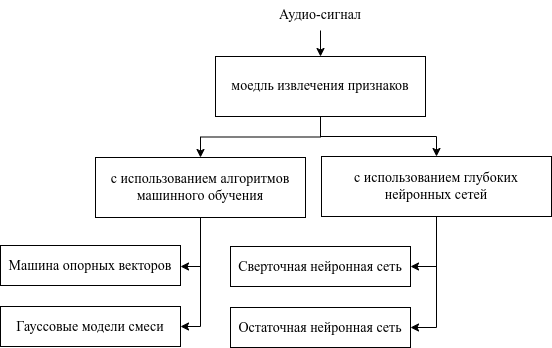
Before: research/tex/images/method-classification.png, a diagram exported from draw.io (ak-karimzai/diploma). Source tidied: cells renumbered, new cells last; positions are measured from the earlier drawing's top-left corner, leaving out a move shared by most shapes.
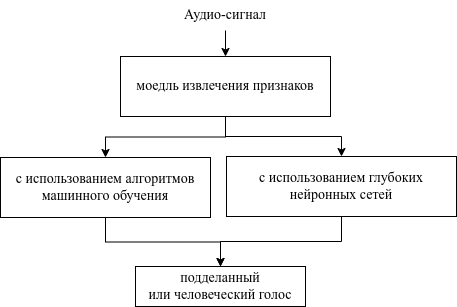
Later version of the same file.

The edit, as a diff of the source:
```diff
@@ -8,40 +8,18 @@
     <mxCell id="3" value="&lt;font face=&quot;Times New Roman&quot; style=&quot;font-size: 14px;&quot;&gt;Аудио-сигнал&lt;/font&gt;" style="text;html=1;strokeColor=none;fillColor=none;align=center;verticalAlign=middle;whiteSpace=wrap;rounded=0;" parent="1" vertex="1">
       <mxGeometry x="270" width="100" height="30" as="geometry" />
     </mxCell>
-    <mxCell id="4" style="edgeStyle=orthogonalEdgeStyle;rounded=0;jettySize=auto;html=1;exitX=0.5;exitY=1;exitDx=0;exitDy=0;entryX=1;entryY=0.5;entryDx=0;entryDy=0;" parent="1" edge="1" source="6" target="12">
-      <mxGeometry relative="1" as="geometry" />
-    </mxCell>
-    <mxCell id="5" style="edgeStyle=orthogonalEdgeStyle;rounded=0;jettySize=auto;html=1;exitX=0.5;exitY=1;exitDx=0;exitDy=0;entryX=1;entryY=0.5;entryDx=0;entryDy=0;" parent="1" edge="1" source="6" target="13">
-      <mxGeometry relative="1" as="geometry" />
-    </mxCell>
+    <mxCell id="17" style="edgeStyle=orthogonalEdgeStyle;rounded=0;jettySize=auto;html=1;entryX=0.5;entryY=0;entryDx=0;entryDy=0;" parent="1" edge="1" source="6" target="19">
+      <mxGeometry relative="1" as="geometry" />
+    </mxCell>
     <mxCell id="6" value="&lt;font face=&quot;Times New Roman&quot; style=&quot;font-size: 14px;&quot;&gt;с использованием глубоких нейронных сетей&lt;/font&gt;" style="whiteSpace=wrap;html=1;" parent="1" vertex="1">
       <mxGeometry x="321" y="156" width="230" height="60" as="geometry" />
     </mxCell>
-    <mxCell id="7" style="edgeStyle=orthogonalEdgeStyle;rounded=0;jettySize=auto;html=1;" parent="1" edge="1" source="9" target="10">
-      <mxGeometry relative="1" as="geometry">
-        <Array as="points">
-          <mxPoint x="200" y="266" />
-        </Array>
-      </mxGeometry>
-    </mxCell>
-    <mxCell id="8" style="edgeStyle=orthogonalEdgeStyle;rounded=0;jettySize=auto;html=1;exitX=0.5;exitY=1;exitDx=0;exitDy=0;entryX=1;entryY=0.5;entryDx=0;entryDy=0;" parent="1" edge="1" source="9" target="11">
-      <mxGeometry relative="1" as="geometry" />
-    </mxCell>
+    <mxCell id="18" style="edgeStyle=orthogonalEdgeStyle;rounded=0;jettySize=auto;html=1;exitX=0.5;exitY=1;exitDx=0;exitDy=0;entryX=0.5;entryY=0;entryDx=0;entryDy=0;" parent="1" edge="1" source="9" target="19">
+      <mxGeometry relative="1" as="geometry" />
+    </mxCell>
     <mxCell id="9" value="&lt;font style=&quot;font-size: 14px;&quot; face=&quot;Times New Roman&quot;&gt;с использованием алгоритмов машинного обучения&lt;/font&gt;" style="whiteSpace=wrap;html=1;" parent="1" vertex="1">
       <mxGeometry x="95" y="157" width="210" height="60" as="geometry" />
     </mxCell>
-    <mxCell id="10" value="&lt;div style=&quot;font-size: 14px; line-height: 19px;&quot;&gt;&lt;span style=&quot;background-color: rgb(255, 255, 255);&quot;&gt;&lt;font face=&quot;Times New Roman&quot;&gt;Машина опорных векторов&lt;/font&gt;&lt;/span&gt;&lt;/div&gt;" style="whiteSpace=wrap;html=1;" parent="1" vertex="1">
-      <mxGeometry y="245" width="180" height="40" as="geometry" />
-    </mxCell>
-    <mxCell id="11" value="&lt;div style=&quot;font-size: 14px; line-height: 19px;&quot;&gt;&lt;div style=&quot;line-height: 19px;&quot;&gt;&lt;span style=&quot;background-color: rgb(255, 255, 255);&quot;&gt;&lt;font face=&quot;Times New Roman&quot;&gt;Гауссовые модели смеси&lt;/font&gt;&lt;/span&gt;&lt;/div&gt;&lt;/div&gt;" style="whiteSpace=wrap;html=1;" parent="1" vertex="1">
-      <mxGeometry y="306" width="180" height="40" as="geometry" />
-    </mxCell>
-    <mxCell id="12" value="&lt;div style=&quot;font-size: 14px; line-height: 19px;&quot;&gt;&lt;div style=&quot;line-height: 19px;&quot;&gt;&lt;span style=&quot;background-color: rgb(255, 255, 255);&quot;&gt;&lt;font face=&quot;Times New Roman&quot;&gt;Сверточная нейронная сеть&lt;/font&gt;&lt;/span&gt;&lt;/div&gt;&lt;/div&gt;" style="whiteSpace=wrap;html=1;" parent="1" vertex="1">
-      <mxGeometry x="230" y="246" width="180" height="40" as="geometry" />
-    </mxCell>
-    <mxCell id="13" value="&lt;div style=&quot;font-size: 14px; line-height: 19px;&quot;&gt;&lt;div style=&quot;line-height: 19px;&quot;&gt;&lt;div style=&quot;line-height: 19px;&quot;&gt;&lt;span style=&quot;background-color: rgb(255, 255, 255);&quot;&gt;&lt;font face=&quot;Times New Roman&quot;&gt;Остаточная нейронная сеть &lt;/font&gt;&lt;/span&gt;&lt;/div&gt;&lt;/div&gt;&lt;/div&gt;" style="whiteSpace=wrap;html=1;" parent="1" vertex="1">
-      <mxGeometry x="230" y="307" width="180" height="40" as="geometry" />
-    </mxCell>
     <mxCell id="14" style="edgeStyle=orthogonalEdgeStyle;rounded=0;jettySize=auto;html=1;" parent="1" edge="1" source="16" target="6">
       <mxGeometry relative="1" as="geometry" />
     </mxCell>
@@ -51,5 +29,8 @@
     <mxCell id="16" value="&lt;font style=&quot;font-size: 14px;&quot; face=&quot;Times New Roman&quot;&gt;моедль извлечения признаков&lt;/font&gt;" style="whiteSpace=wrap;html=1;" parent="1" vertex="1">
       <mxGeometry x="215" y="56" width="210" height="60" as="geometry" />
     </mxCell>
+    <mxCell id="19" value="&lt;font style=&quot;font-size: 14px;&quot; face=&quot;Times New Roman&quot;&gt;подделанный или&amp;nbsp;человеческий голос&lt;/font&gt;" style="rounded=0;whiteSpace=wrap;html=1;" parent="1" vertex="1">
+      <mxGeometry x="230" y="266" width="170" height="40" as="geometry" />
+    </mxCell>
   </root>
 </mxGraphModel>
```
